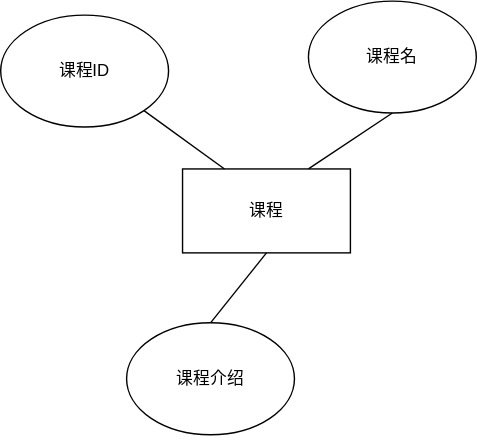
Earlier version of the draw.io export pictures/课程实体E-R图.drawio.svg (Guo-HY/BUAA_DB). Source tidied: cells renumbered, new cells last; positions are measured from the earlier drawing's top-left corner, leaving out a move shared by most shapes.
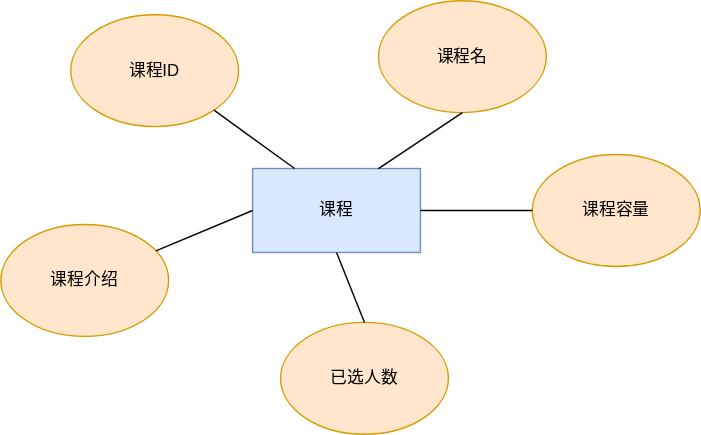
The same file after the commit.

What changed in the source:
```diff
@@ -2,17 +2,17 @@
   <root>
     <mxCell id="0" />
     <mxCell id="1" parent="0" />
-    <mxCell id="2" value="课程" style="rounded=0;whiteSpace=wrap;html=1;" parent="1" vertex="1">
+    <mxCell id="2" value="课程" style="rounded=0;whiteSpace=wrap;html=1;fillColor=#dae8fc;strokeColor=#6c8ebf;" parent="1" vertex="1">
       <mxGeometry x="130" y="120" width="120" height="60" as="geometry" />
     </mxCell>
-    <mxCell id="3" value="课程ID" style="ellipse;whiteSpace=wrap;html=1;" parent="1" vertex="1">
+    <mxCell id="3" value="课程ID" style="ellipse;whiteSpace=wrap;html=1;fillColor=#ffe6cc;strokeColor=#d79b00;" parent="1" vertex="1">
       <mxGeometry y="10" width="120" height="80" as="geometry" />
     </mxCell>
-    <mxCell id="4" value="课程名" style="ellipse;whiteSpace=wrap;html=1;" parent="1" vertex="1">
+    <mxCell id="4" value="课程名" style="ellipse;whiteSpace=wrap;html=1;fillColor=#ffe6cc;strokeColor=#d79b00;" parent="1" vertex="1">
       <mxGeometry x="220" width="120" height="80" as="geometry" />
     </mxCell>
-    <mxCell id="5" value="课程介绍" style="ellipse;whiteSpace=wrap;html=1;" parent="1" vertex="1">
-      <mxGeometry x="90" y="230" width="120" height="80" as="geometry" />
+    <mxCell id="5" value="课程介绍" style="ellipse;whiteSpace=wrap;html=1;fillColor=#ffe6cc;strokeColor=#d79b00;" parent="1" vertex="1">
+      <mxGeometry x="-50" y="160" width="120" height="80" as="geometry" />
     </mxCell>
     <mxCell id="6" style="endArrow=none;html=1;rounded=0;exitX=1;exitY=1;exitDx=0;exitDy=0;entryX=0.25;entryY=0;entryDx=0;entryDy=0;" parent="1" edge="1" source="3" target="2">
       <mxGeometry relative="1" as="geometry" />
@@ -20,11 +20,23 @@
     <mxCell id="7" style="endArrow=none;html=1;rounded=0;exitX=0.5;exitY=1;exitDx=0;exitDy=0;entryX=0.75;entryY=0;entryDx=0;entryDy=0;" parent="1" edge="1" source="4" target="2">
       <mxGeometry relative="1" as="geometry" />
     </mxCell>
-    <mxCell id="8" style="endArrow=none;html=1;rounded=0;exitX=0.5;exitY=1;exitDx=0;exitDy=0;entryX=0.5;entryY=0;entryDx=0;entryDy=0;" parent="1" edge="1" source="2" target="5">
+    <mxCell id="8" style="endArrow=none;html=1;rounded=0;exitX=0;exitY=0.5;exitDx=0;exitDy=0;" parent="1" edge="1" source="2" target="5">
       <mxGeometry relative="1" as="geometry" />
     </mxCell>
     <mxCell id="9" style="edgeStyle=orthogonalEdgeStyle;rounded=0;orthogonalLoop=1;jettySize=auto;html=1;exitX=0.5;exitY=1;exitDx=0;exitDy=0;" parent="1" edge="1" source="5" target="5">
       <mxGeometry relative="1" as="geometry" />
     </mxCell>
+    <mxCell id="10" value="课程容量" style="ellipse;whiteSpace=wrap;html=1;fillColor=#ffe6cc;strokeColor=#d79b00;" parent="1" vertex="1">
+      <mxGeometry x="330" y="110" width="120" height="80" as="geometry" />
+    </mxCell>
+    <mxCell id="11" value="已选人数" style="ellipse;whiteSpace=wrap;html=1;fillColor=#ffe6cc;strokeColor=#d79b00;" parent="1" vertex="1">
+      <mxGeometry x="150" y="230" width="120" height="80" as="geometry" />
+    </mxCell>
+    <mxCell id="12" style="endArrow=none;html=1;rounded=0;entryX=1;entryY=0.5;entryDx=0;entryDy=0;exitX=0;exitY=0.5;exitDx=0;exitDy=0;" parent="1" edge="1" source="10" target="2">
+      <mxGeometry relative="1" as="geometry" />
+    </mxCell>
+    <mxCell id="13" style="endArrow=none;html=1;rounded=0;entryX=0.5;entryY=1;entryDx=0;entryDy=0;exitX=0.5;exitY=0;exitDx=0;exitDy=0;" parent="1" edge="1" source="11" target="2">
+      <mxGeometry relative="1" as="geometry" />
+    </mxCell>
   </root>
 </mxGraphModel>
```
